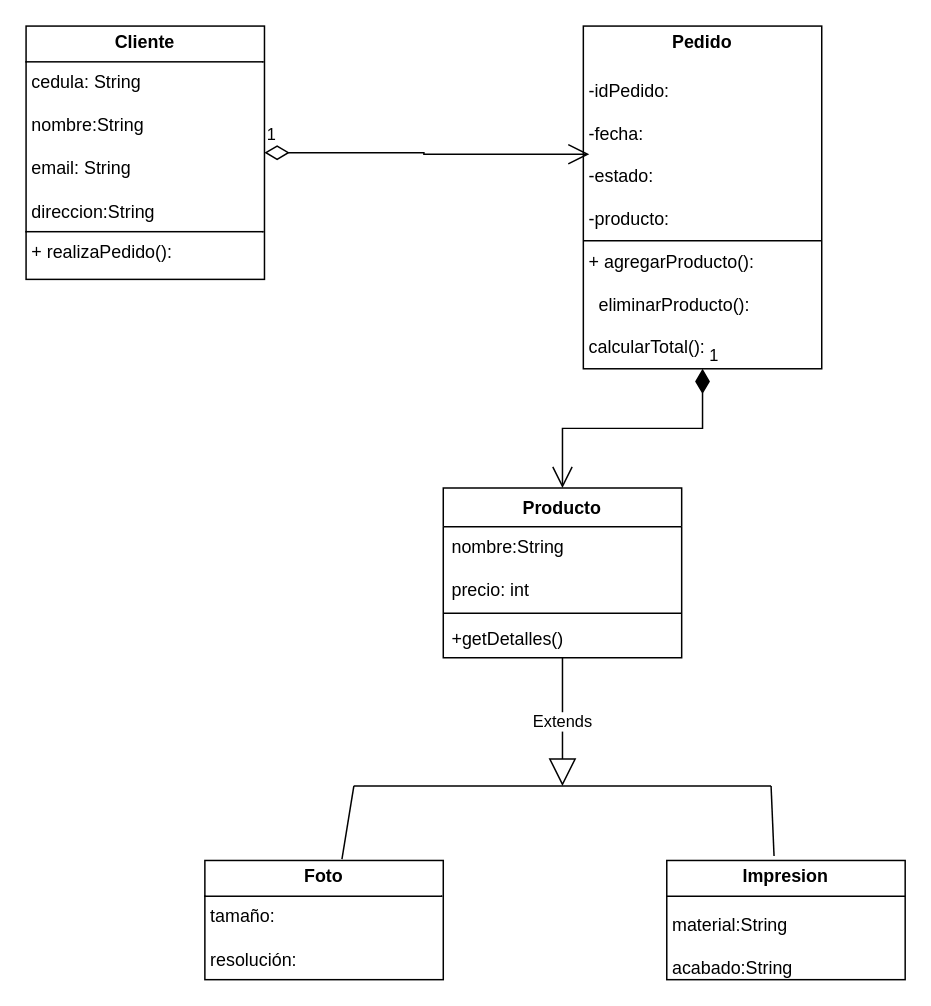
Above: APLICAR PATRONES DE DISEÑO.drawio in BelaIsBelaG/APLICAR-PATRONES-DE-DISE-O (draw.io), before the change. Source tidied: cells renumbered, new cells numbered last; positions are measured from the earlier drawing's top-left corner, leaving out a move shared by most shapes. Both pictures are drawn from the tidied source at 149%, with x=0, y=0 at pixel (25, 25).
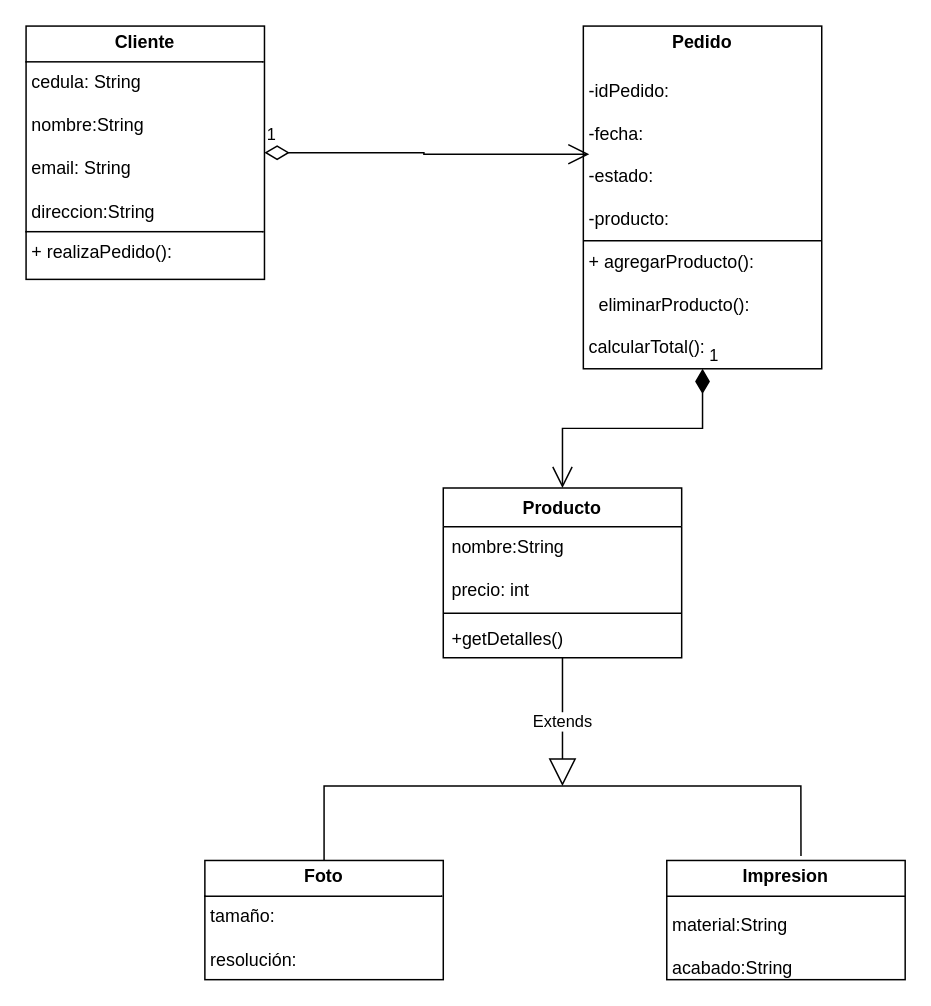
Above is the later version.

The change refers to these unchanged cells:
```xml
<mxCell id="2" value="&lt;p style=&quot;margin:0px;margin-top:4px;text-align:center;&quot;&gt;&lt;b&gt;Impresion&lt;/b&gt;&lt;/p&gt;&lt;p style=&quot;margin:0px;margin-top:4px;text-align:center;&quot;&gt;&lt;b&gt;&lt;br&gt;&lt;/b&gt;&lt;/p&gt;&lt;p style=&quot;margin:0px;margin-left:4px;&quot;&gt;material:String&lt;/p&gt;&lt;p style=&quot;margin:0px;margin-left:4px;&quot;&gt;&lt;br&gt;&lt;/p&gt;&lt;p style=&quot;margin:0px;margin-left:4px;&quot;&gt;acabado:String&lt;/p&gt;&lt;p style=&quot;margin:0px;margin-left:4px;&quot;&gt;&lt;br&gt;&lt;/p&gt;" style="verticalAlign=top;align=left;overflow=fill;html=1;whiteSpace=wrap;" parent="1" vertex="1">
  <mxGeometry x="430" y="560" width="160" height="80" as="geometry" />
</mxCell>
<mxCell id="10" value="&lt;p style=&quot;margin:0px;margin-top:4px;text-align:center;&quot;&gt;&lt;b&gt;Foto&lt;/b&gt;&lt;/p&gt;&lt;hr size=&quot;1&quot; style=&quot;border-style:solid;&quot;&gt;&lt;p style=&quot;margin:0px;margin-left:4px;&quot;&gt;tamaño:&lt;/p&gt;&lt;p style=&quot;margin:0px;margin-left:4px;&quot;&gt;&lt;br&gt;&lt;/p&gt;&lt;p style=&quot;margin:0px;margin-left:4px;&quot;&gt;resolución:&lt;/p&gt;&lt;p style=&quot;margin:0px;margin-left:4px;&quot;&gt;&lt;br&gt;&lt;/p&gt;" style="verticalAlign=top;align=left;overflow=fill;html=1;whiteSpace=wrap;" parent="1" vertex="1">
  <mxGeometry x="120" y="560" width="160" height="80" as="geometry" />
</mxCell>
```

Change to the diagram source:
```diff
@@
-    <mxCell id="12" style="endArrow=none;html=1;rounded=0;" parent="1" edge="1">
+    <mxCell id="12" style="endArrow=none;html=1;rounded=0;exitX=0.5;exitY=0;exitDx=0;exitDy=0;entryX=0.563;entryY=-0.037;entryDx=0;entryDy=0;entryPerimeter=0;" parent="1" edge="1" source="10" target="2">
       <mxGeometry relative="1" as="geometry">
-        <mxPoint x="220" y="510" as="sourcePoint" />
-        <mxPoint x="500" y="510" as="targetPoint" />
         <Array as="points">
+          <mxPoint x="200" y="510" />
           <mxPoint x="350" y="510" />
+          <mxPoint x="520" y="510" />
         </Array>
       </mxGeometry>
     </mxCell>
-    <mxCell id="13" style="endArrow=none;html=1;rounded=0;exitX=0.45;exitY=-0.037;exitDx=0;exitDy=0;exitPerimeter=0;" parent="1" edge="1" source="2">
-      <mxGeometry relative="1" as="geometry">
-        <mxPoint x="500" y="510" as="targetPoint" />
-      </mxGeometry>
-    </mxCell>
-    <mxCell id="14" style="endArrow=none;html=1;rounded=0;exitX=0.575;exitY=-0.012;exitDx=0;exitDy=0;exitPerimeter=0;" parent="1" edge="1" source="10">
-      <mxGeometry relative="1" as="geometry">
-        <mxPoint x="220" y="510" as="targetPoint" />
-      </mxGeometry>
-    </mxCell>
```
